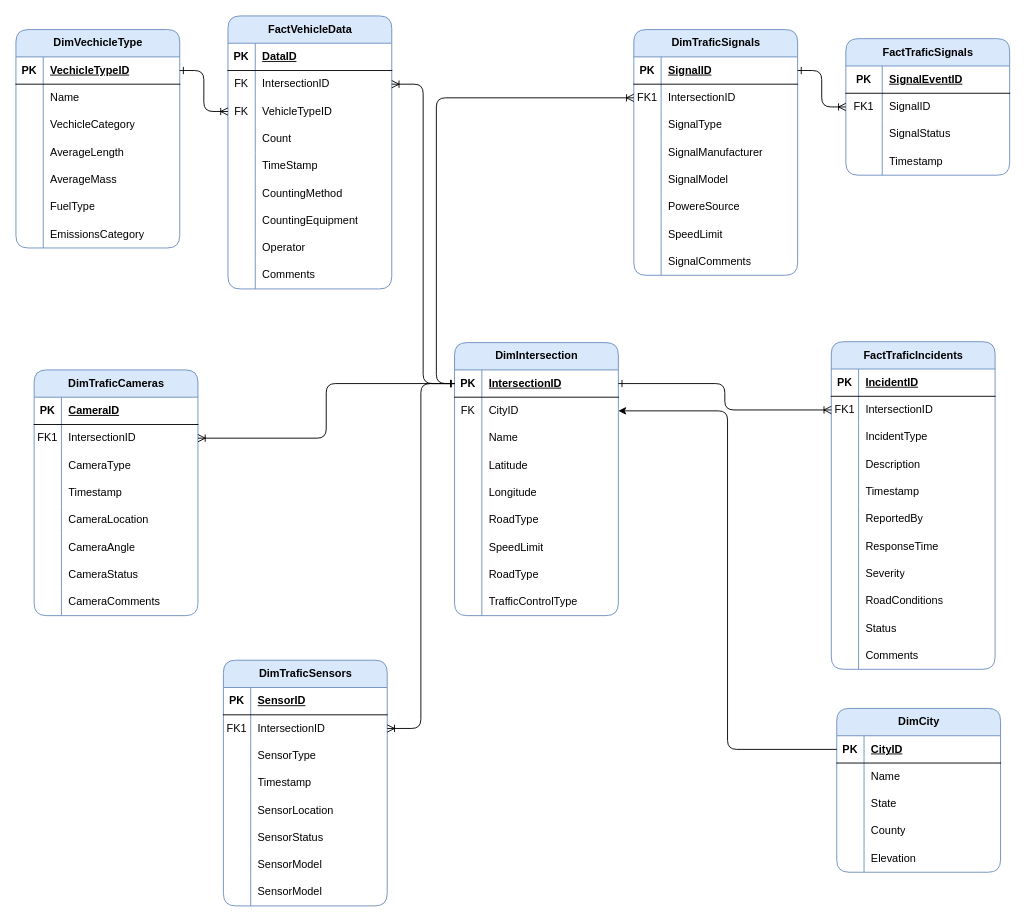
This is ICA03.drawio from Kishan-Teja/TestVSCode_MacM22023, a draw.io file, before an edit. Source tidied: cells renumbered, new cells numbered last; positions are measured from the earlier drawing's top-left corner, leaving out a move shared by most shapes. Both pictures are drawn from the tidied source at 91%, with x=0, y=0 at pixel (15, 15).
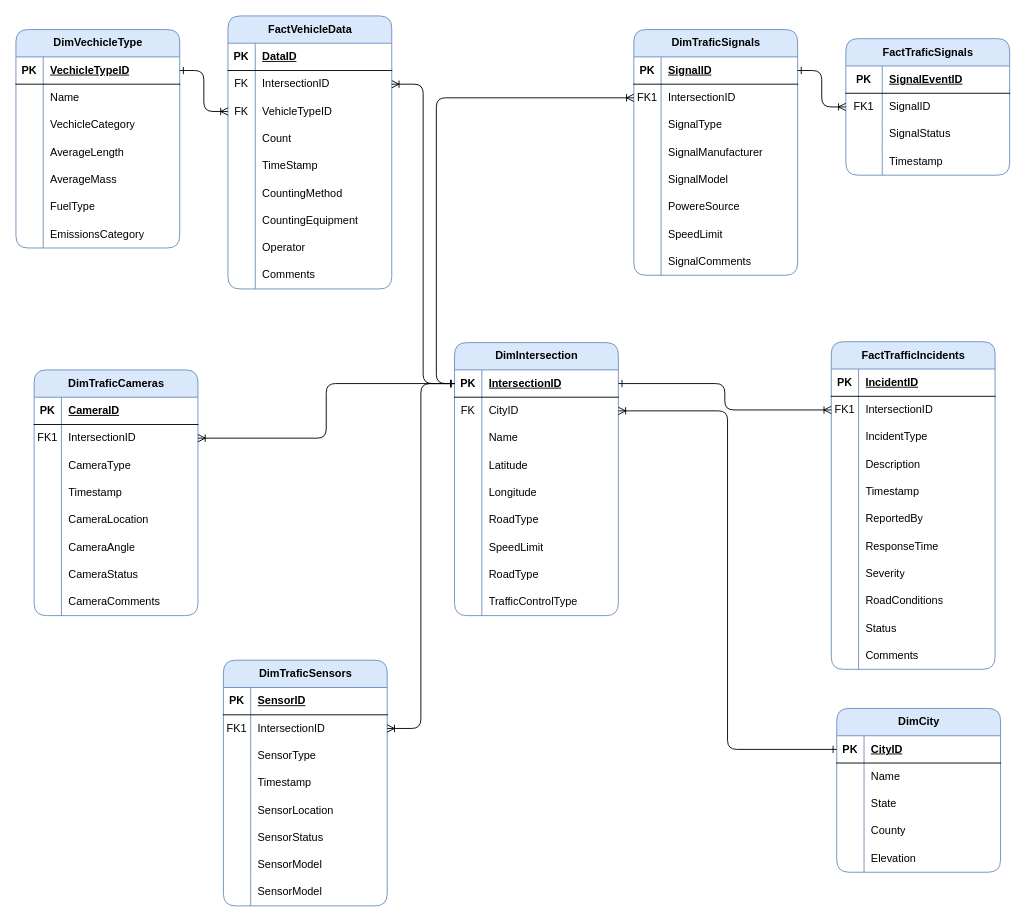
The same page after the edit.

The change refers to these unchanged cells:
```xml
<mxCell id="6" style="shape=tableRow;horizontal=0;startSize=0;swimlaneHead=0;swimlaneBody=0;fillColor=none;points=[[0,0.5],[1,0.5]];portConstraint=eastwest;top=0;left=0;right=0;bottom=0;rounded=1;" parent="2" vertex="1">
  <mxGeometry y="60" width="180" height="30" as="geometry" />
</mxCell>
<mxCell id="31" style="shape=tableRow;horizontal=0;startSize=0;swimlaneHead=0;swimlaneBody=0;fillColor=none;points=[[0,0.5],[1,0.5]];portConstraint=eastwest;top=0;left=0;right=0;bottom=1;rounded=1;" parent="30" vertex="1">
  <mxGeometry y="30" width="180" height="30" as="geometry" />
</mxCell>
```

Diff of the diagram source:
```diff
@@
-    <mxCell id="184" value="FactTraficIncidents" style="shape=table;startSize=30;childLayout=tableLayout;rowLines=0;fontStyle=1;align=center;html=1;fillColor=#dae8fc;strokeColor=#6c8ebf;rounded=1;" parent="1" vertex="1">
+    <mxCell id="184" value="FactTrafficIncidents" style="shape=table;startSize=30;childLayout=tableLayout;rowLines=0;fontStyle=1;align=center;html=1;fillColor=#dae8fc;strokeColor=#6c8ebf;rounded=1;" parent="1" vertex="1">
       <mxGeometry x="896" y="358" width="180" height="360" as="geometry" />
     </mxCell>
@@
-    <mxCell id="222" style="edgeStyle=orthogonalEdgeStyle;rounded=1;jettySize=auto;html=1;exitX=0;exitY=0.5;exitDx=0;exitDy=0;entryX=1;entryY=0.5;entryDx=0;entryDy=0;" parent="1" edge="1" source="31" target="6">
+    <mxCell id="222" style="edgeStyle=orthogonalEdgeStyle;rounded=1;jettySize=auto;html=1;exitX=0;exitY=0.5;exitDx=0;exitDy=0;entryX=1;entryY=0.5;entryDx=0;entryDy=0;startArrow=ERone;startFill=0;endArrow=ERoneToMany;endFill=0;" parent="1" edge="1" source="31" target="6">
       <mxGeometry relative="1" as="geometry" />
     </mxCell>
```
